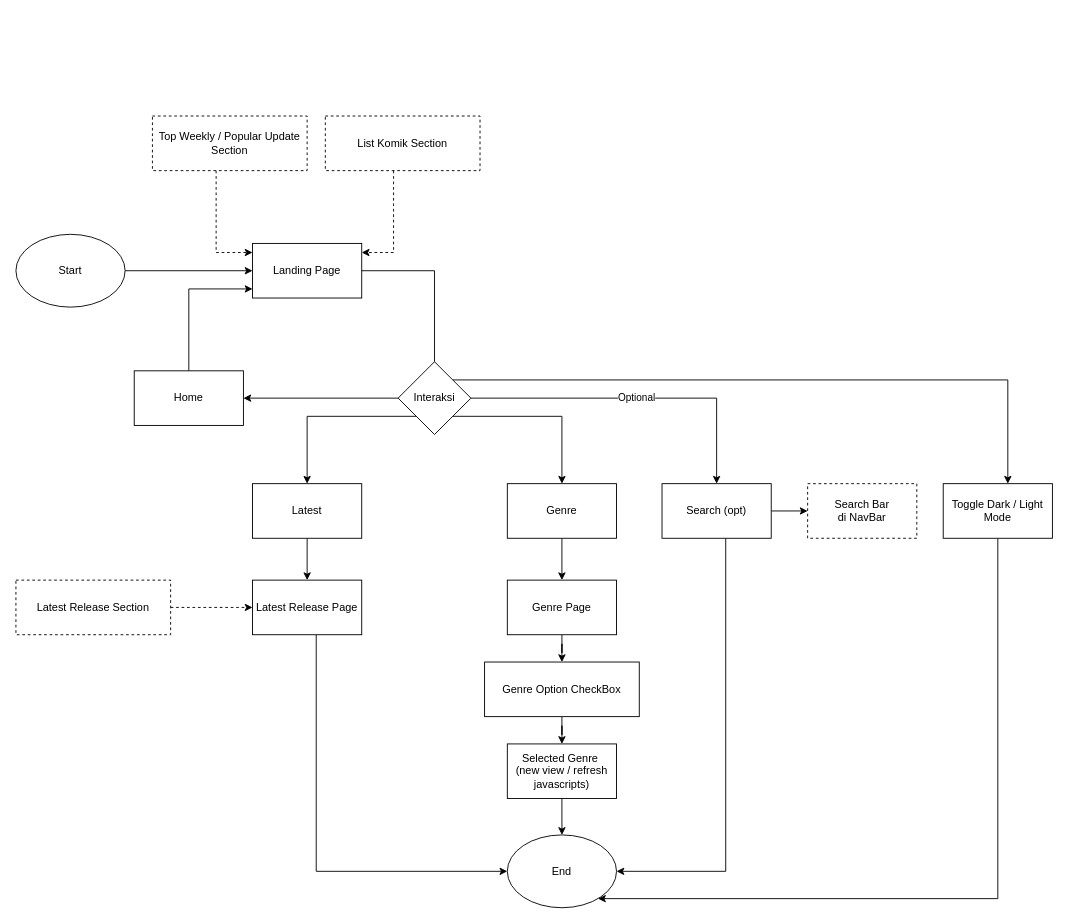
Above: page "Page-1" (1 of 2) of web.drawio in Aryanda04/File-common (draw.io), before the change. Source tidied: cells renumbered, new cells numbered last; positions are measured from the earlier drawing's top-left corner, leaving out a move shared by most shapes. Both pictures are drawn from the tidied source at 91%, with x=0, y=0 at pixel (15, 116).
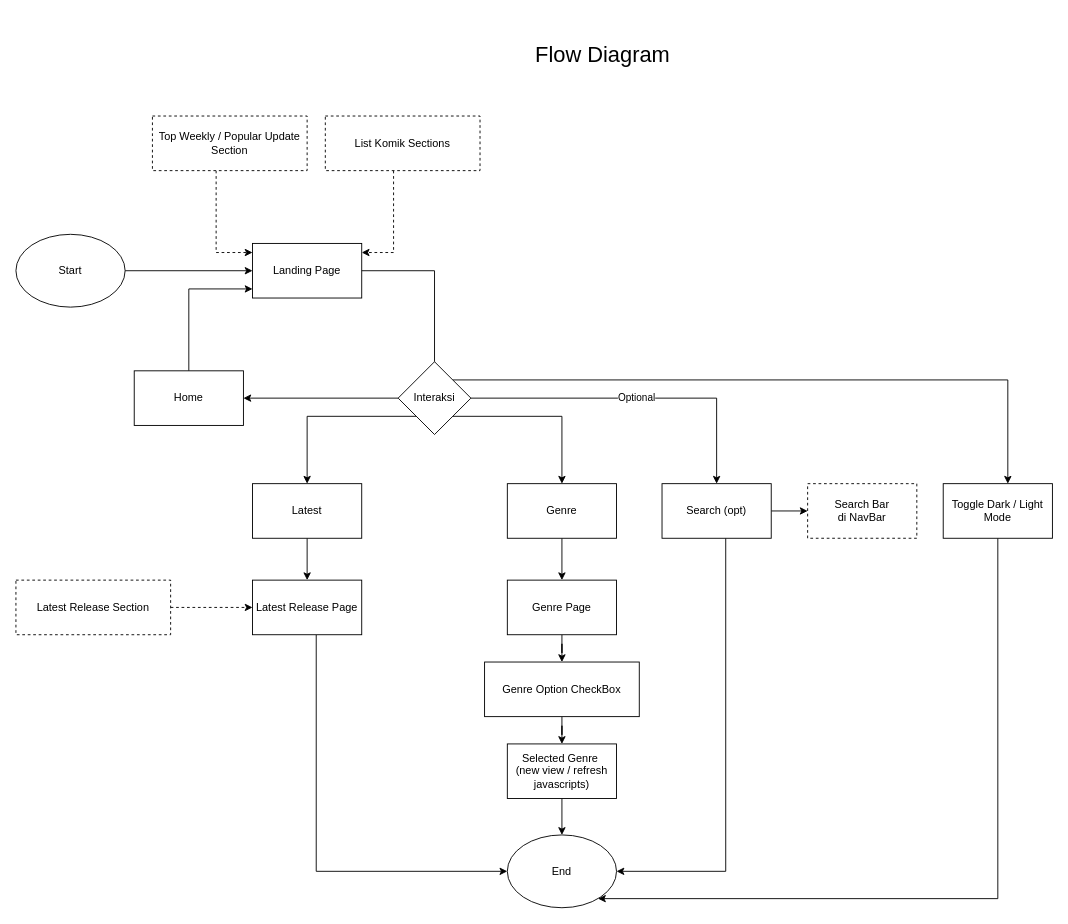
The same diagram, later.

Commit message:
final banget kyk final fantasy series

Diff of the diagram source:
```diff
@@
-    <mxCell id="25" value="List Komik Section" style="rounded=0;whiteSpace=wrap;html=1;dashed=1;" parent="1" vertex="1">
+    <mxCell id="25" value="List Komik Sections" style="rounded=0;whiteSpace=wrap;html=1;dashed=1;" parent="1" vertex="1">
       <mxGeometry x="340" width="170" height="60" as="geometry" />
     </mxCell>
@@
+    <mxCell id="39" value="&lt;font style=&quot;font-size: 24px&quot;&gt;Flow Diagram&lt;/font&gt;" style="text;html=1;strokeColor=none;fillColor=none;align=center;verticalAlign=middle;whiteSpace=wrap;rounded=0;" parent="1" vertex="1">
+      <mxGeometry x="560" y="-110" width="170" height="85" as="geometry" />
+    </mxCell>
```
